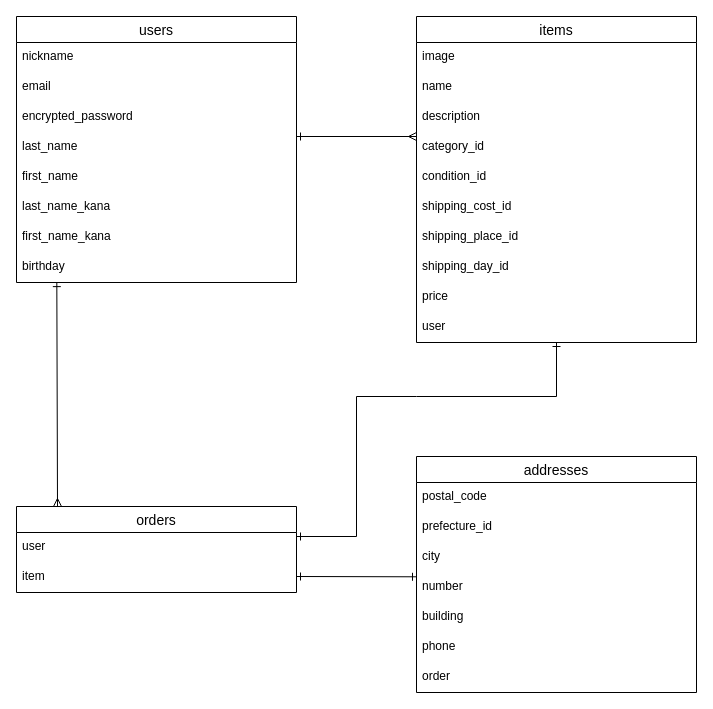
The draw.io diagram furima.dio in toru0209/furima-33520, before the edit. Source tidied: cells renumbered, new cells numbered last; positions are measured from the earlier drawing's top-left corner, leaving out a move shared by most shapes. Both pictures are drawn from the tidied source at 100%, with x=0, y=0 at pixel (16, 16).
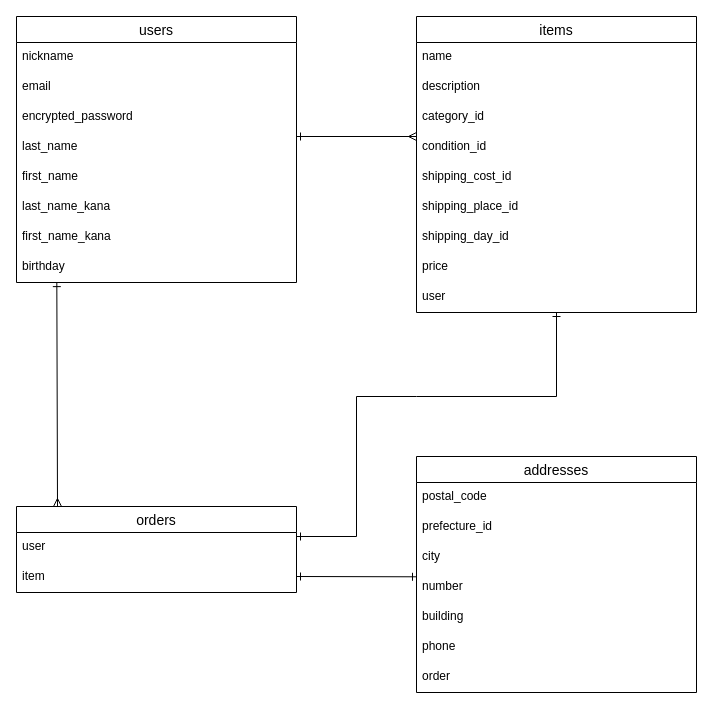
After the change.

Commit message:
ER図/READMEの作成(修正4）

Diff of the diagram source:
```diff
@@
     <mxCell id="22" value="items" style="swimlane;fontStyle=0;horizontal=1;startSize=26;align=center;fontSize=14;" parent="1" vertex="1">
-      <mxGeometry x="400" width="280" height="326" as="geometry" />
+      <mxGeometry x="400" width="280" height="296" as="geometry" />
     </mxCell>
-    <mxCell id="23" value="image" style="text;strokeColor=none;fillColor=none;spacingLeft=4;spacingRight=4;overflow=hidden;fontSize=12;" parent="22" vertex="1">
-      <mxGeometry y="26" width="280" height="30" as="geometry" />
-    </mxCell>
     <mxCell id="24" value="name" style="text;strokeColor=none;fillColor=none;spacingLeft=4;spacingRight=4;overflow=hidden;fontSize=12;" parent="22" vertex="1">
-      <mxGeometry y="56" width="280" height="30" as="geometry" />
+      <mxGeometry y="26" width="280" height="30" as="geometry" />
     </mxCell>
     <mxCell id="25" value="description" style="text;strokeColor=none;fillColor=none;spacingLeft=4;spacingRight=4;overflow=hidden;fontSize=12;" parent="22" vertex="1">
-      <mxGeometry y="86" width="280" height="30" as="geometry" />
+      <mxGeometry y="56" width="280" height="30" as="geometry" />
     </mxCell>
     <mxCell id="26" value="category_id" style="text;strokeColor=none;fillColor=none;spacingLeft=4;spacingRight=4;overflow=hidden;fontSize=12;" parent="22" vertex="1">
-      <mxGeometry y="116" width="280" height="30" as="geometry" />
+      <mxGeometry y="86" width="280" height="30" as="geometry" />
     </mxCell>
     <mxCell id="27" value="condition_id" style="text;strokeColor=none;fillColor=none;spacingLeft=4;spacingRight=4;overflow=hidden;fontSize=12;" parent="22" vertex="1">
-      <mxGeometry y="146" width="280" height="30" as="geometry" />
+      <mxGeometry y="116" width="280" height="30" as="geometry" />
     </mxCell>
     <mxCell id="28" value="shipping_cost_id" style="text;strokeColor=none;fillColor=none;spacingLeft=4;spacingRight=4;overflow=hidden;fontSize=12;" parent="22" vertex="1">
-      <mxGeometry y="176" width="280" height="30" as="geometry" />
+      <mxGeometry y="146" width="280" height="30" as="geometry" />
     </mxCell>
     <mxCell id="29" value="shipping_place_id" style="text;strokeColor=none;fillColor=none;spacingLeft=4;spacingRight=4;overflow=hidden;fontSize=12;" parent="22" vertex="1">
-      <mxGeometry y="206" width="280" height="30" as="geometry" />
+      <mxGeometry y="176" width="280" height="30" as="geometry" />
     </mxCell>
     <mxCell id="30" value="shipping_day_id" style="text;strokeColor=none;fillColor=none;spacingLeft=4;spacingRight=4;overflow=hidden;fontSize=12;" parent="22" vertex="1">
-      <mxGeometry y="236" width="280" height="30" as="geometry" />
+      <mxGeometry y="206" width="280" height="30" as="geometry" />
     </mxCell>
     <mxCell id="31" value="price" style="text;strokeColor=none;fillColor=none;spacingLeft=4;spacingRight=4;overflow=hidden;fontSize=12;" parent="22" vertex="1">
-      <mxGeometry y="266" width="280" height="30" as="geometry" />
+      <mxGeometry y="236" width="280" height="30" as="geometry" />
     </mxCell>
     <mxCell id="32" value="user" style="text;strokeColor=none;fillColor=none;spacingLeft=4;spacingRight=4;overflow=hidden;fontSize=12;" parent="22" vertex="1">
-      <mxGeometry y="296" width="280" height="30" as="geometry" />
+      <mxGeometry y="266" width="280" height="30" as="geometry" />
     </mxCell>
```
